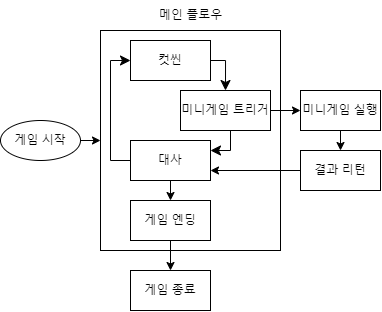
This is assets/img/system.png from 2422june/Farmdemic2.0.github.io, a draw.io export, as it was before one commit. Source tidied: cells renumbered, new cells last; positions are measured from the earlier drawing's top-left corner, leaving out a move shared by most shapes.
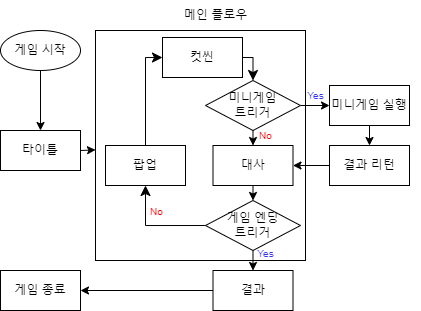
After the change.

Change to the diagram source:
```diff
@@ -3,75 +3,101 @@
     <mxCell id="0" />
     <mxCell id="1" parent="0" />
     <mxCell id="2" style="group;" parent="1" vertex="1">
-      <mxGeometry width="380" height="310" as="geometry" />
+      <mxGeometry width="395" height="310" as="geometry" />
     </mxCell>
     <mxCell id="3" value="게임 시작" style="ellipse;whiteSpace=wrap;html=1;" parent="2" vertex="1">
-      <mxGeometry y="120" width="80" height="40" as="geometry" />
+      <mxGeometry x="-25" y="30" width="80" height="40" as="geometry" />
     </mxCell>
     <mxCell id="4" style="rounded=0;whiteSpace=wrap;html=1;" parent="2" vertex="1">
-      <mxGeometry x="100" y="30" width="180" height="220" as="geometry" />
+      <mxGeometry x="70" y="30" width="210" height="230" as="geometry" />
     </mxCell>
     <mxCell id="5" value="컷씬" style="rounded=0;whiteSpace=wrap;html=1;" parent="2" vertex="1">
-      <mxGeometry x="130" y="40" width="80" height="40" as="geometry" />
+      <mxGeometry x="137" y="37" width="80" height="40" as="geometry" />
     </mxCell>
     <mxCell id="6" value="대사" style="rounded=0;whiteSpace=wrap;html=1;" parent="2" vertex="1">
-      <mxGeometry x="130" y="140" width="80" height="40" as="geometry" />
+      <mxGeometry x="187.5" y="145" width="80" height="40" as="geometry" />
     </mxCell>
-    <mxCell id="7" value="미니게임 트리거" style="rounded=0;whiteSpace=wrap;html=1;" parent="2" vertex="1">
-      <mxGeometry x="180" y="90" width="90" height="40" as="geometry" />
-    </mxCell>
-    <mxCell id="8" style="endArrow=classic;html=1;rounded=0;exitX=1;exitY=0.5;exitDx=0;exitDy=0;" parent="2" edge="1" source="3" target="4">
-      <mxGeometry relative="1" as="geometry" />
-    </mxCell>
     <mxCell id="9" style="endArrow=classic;html=1;rounded=0;exitX=1;exitY=0.5;exitDx=0;exitDy=0;entryX=0;entryY=0.5;entryDx=0;entryDy=0;" parent="2" edge="1" source="7" target="10">
       <mxGeometry relative="1" as="geometry" />
     </mxCell>
     <mxCell id="10" value="미니게임 실행" style="rounded=0;whiteSpace=wrap;html=1;" parent="2" vertex="1">
-      <mxGeometry x="300" y="90" width="80" height="40" as="geometry" />
+      <mxGeometry x="304" y="85" width="80" height="40" as="geometry" />
     </mxCell>
     <mxCell id="11" value="결과 리턴" style="rounded=0;whiteSpace=wrap;html=1;" parent="2" vertex="1">
-      <mxGeometry x="300" y="150" width="80" height="40" as="geometry" />
+      <mxGeometry x="304" y="145" width="80" height="40" as="geometry" />
     </mxCell>
     <mxCell id="12" style="endArrow=classic;html=1;rounded=0;exitX=0.5;exitY=1;exitDx=0;exitDy=0;entryX=0.5;entryY=0;entryDx=0;entryDy=0;" parent="2" edge="1" source="10" target="11">
       <mxGeometry relative="1" as="geometry" />
     </mxCell>
-    <mxCell id="13" style="endArrow=classic;html=1;rounded=0;exitX=0;exitY=0.5;exitDx=0;exitDy=0;entryX=1;entryY=0.75;entryDx=0;entryDy=0;" parent="2" edge="1" source="11" target="6">
+    <mxCell id="13" style="endArrow=classic;html=1;rounded=0;exitX=0;exitY=0.5;exitDx=0;exitDy=0;entryX=1;entryY=0.5;entryDx=0;entryDy=0;" parent="2" edge="1" source="11" target="6">
       <mxGeometry relative="1" as="geometry" />
     </mxCell>
-    <mxCell id="14" style="endArrow=classic;html=1;rounded=0;startArrow=none;entryX=0.5;entryY=0;entryDx=0;entryDy=0;exitX=0.5;exitY=1;exitDx=0;exitDy=0;" parent="2" edge="1" source="6" target="15">
-      <mxGeometry relative="1" as="geometry" />
-    </mxCell>
-    <mxCell id="15" value="게임 엔딩" style="rounded=0;whiteSpace=wrap;html=1;" parent="2" vertex="1">
-      <mxGeometry x="130" y="200" width="80" height="40" as="geometry" />
-    </mxCell>
-    <mxCell id="16" value="게임 종료" style="rounded=0;whiteSpace=wrap;html=1;" parent="2" vertex="1">
-      <mxGeometry x="130" y="270" width="80" height="40" as="geometry" />
+    <mxCell id="16" value="결과" style="rounded=0;whiteSpace=wrap;html=1;" parent="2" vertex="1">
+      <mxGeometry x="187.5" y="270" width="80" height="40" as="geometry" />
     </mxCell>
-    <mxCell id="17" style="endArrow=classic;html=1;rounded=0;exitX=0.5;exitY=1;exitDx=0;exitDy=0;entryX=0.5;entryY=0;entryDx=0;entryDy=0;" parent="2" edge="1" source="15" target="16">
+    <mxCell id="17" style="endArrow=classic;html=1;rounded=0;exitX=0.5;exitY=1;exitDx=0;exitDy=0;entryX=0.5;entryY=0;entryDx=0;entryDy=0;" parent="2" edge="1" source="23" target="16">
       <mxGeometry relative="1" as="geometry" />
     </mxCell>
-    <mxCell id="18" style="edgeStyle=elbowEdgeStyle;elbow=vertical;endArrow=classic;html=1;curved=0;rounded=0;endSize=8;startSize=8;exitX=0;exitY=0.5;exitDx=0;exitDy=0;entryX=0;entryY=0.5;entryDx=0;entryDy=0;" parent="2" edge="1" source="6" target="5">
-      <mxGeometry x="0.12" y="-10" relative="1" as="geometry">
-        <Array as="points">
-          <mxPoint x="110" y="110" />
-        </Array>
-      </mxGeometry>
-    </mxCell>
     <mxCell id="19" value="메인 플로우" style="text;html=1;align=center;verticalAlign=middle;strokeColor=none;fillColor=none;" parent="2" vertex="1">
       <mxGeometry x="145" width="90" height="30" as="geometry" />
     </mxCell>
     <mxCell id="20" style="edgeStyle=segmentEdgeStyle;endArrow=classic;html=1;curved=0;rounded=0;endSize=8;startSize=8;exitX=1;exitY=0.5;exitDx=0;exitDy=0;entryX=0.5;entryY=0;entryDx=0;entryDy=0;" parent="2" edge="1" source="5" target="7">
       <mxGeometry relative="1" as="geometry" />
     </mxCell>
+    <mxCell id="22" style="edgeStyle=orthogonalEdgeStyle;rounded=0;orthogonalLoop=1;jettySize=auto;html=1;exitX=0.5;exitY=1;exitDx=0;exitDy=0;" parent="2" edge="1" source="4" target="4">
+      <mxGeometry relative="1" as="geometry" />
+    </mxCell>
+    <mxCell id="7" value="미니게임&lt;br&gt;트리거" style="rhombus;whiteSpace=wrap;html=1;" parent="2" vertex="1">
+      <mxGeometry x="180" y="80" width="95" height="50" as="geometry" />
+    </mxCell>
+    <mxCell id="23" value="게임 엔딩&lt;br&gt;트리거" style="rhombus;whiteSpace=wrap;html=1;" parent="2" vertex="1">
+      <mxGeometry x="180" y="200" width="95" height="50" as="geometry" />
+    </mxCell>
-    <mxCell id="21" style="edgeStyle=segmentEdgeStyle;endArrow=classic;html=1;curved=0;rounded=0;endSize=8;startSize=8;entryX=1;entryY=0.25;entryDx=0;entryDy=0;exitX=0.5;exitY=1;exitDx=0;exitDy=0;" parent="2" edge="1" source="7" target="6">
-      <mxGeometry relative="1" as="geometry">
-        <Array as="points">
-          <mxPoint x="230" y="150" />
-        </Array>
-      </mxGeometry>
+    <mxCell id="21" style="endArrow=classic;html=1;rounded=0;exitX=0.5;exitY=1;exitDx=0;exitDy=0;entryX=0.5;entryY=0;entryDx=0;entryDy=0;" parent="2" edge="1" source="7" target="6">
+      <mxGeometry relative="1" as="geometry" />
     </mxCell>
-    <mxCell id="22" style="edgeStyle=orthogonalEdgeStyle;rounded=0;orthogonalLoop=1;jettySize=auto;html=1;exitX=0.5;exitY=1;exitDx=0;exitDy=0;" parent="2" edge="1" source="4" target="4">
-      <mxGeometry relative="1" as="geometry" />
-    </mxCell>
+    <mxCell id="24" value="&lt;font style=&quot;font-size: 10px;&quot;&gt;Yes&lt;/font&gt;" style="text;html=1;align=center;verticalAlign=middle;fontColor=#3333FF;" parent="2" vertex="1">
+      <mxGeometry x="270" y="80" width="40" height="30" as="geometry" />
+    </mxCell>
+    <mxCell id="25" value="&lt;font color=&quot;#ff0000&quot;&gt;No&lt;br&gt;&lt;/font&gt;" style="text;html=1;align=center;verticalAlign=middle;strokeColor=none;fillColor=none;fontSize=10;fontColor=#3333FF;" parent="2" vertex="1">
+      <mxGeometry x="220" y="120" width="40" height="30" as="geometry" />
+    </mxCell>
+    <mxCell id="26" value="&lt;font color=&quot;#ff0000&quot;&gt;No&lt;br&gt;&lt;/font&gt;" style="text;html=1;align=center;verticalAlign=middle;strokeColor=none;fillColor=none;fontSize=10;fontColor=#3333FF;" parent="2" vertex="1">
+      <mxGeometry x="111" y="196" width="40" height="30" as="geometry" />
+    </mxCell>
+    <mxCell id="27" value="&lt;font style=&quot;font-size: 10px;&quot;&gt;Yes&lt;/font&gt;" style="text;html=1;align=center;verticalAlign=middle;fontColor=#3333FF;" parent="2" vertex="1">
+      <mxGeometry x="219.5" y="238" width="40" height="30" as="geometry" />
+    </mxCell>
+    <mxCell id="28" style="endArrow=classic;html=1;rounded=0;exitX=0.5;exitY=1;exitDx=0;exitDy=0;entryX=0.5;entryY=0;entryDx=0;entryDy=0;" parent="2" edge="1" source="6" target="23">
+      <mxGeometry relative="1" as="geometry" />
+    </mxCell>
+    <mxCell id="29" value="팝업" style="rounded=0;whiteSpace=wrap;html=1;" parent="2" vertex="1">
+      <mxGeometry x="80" y="145" width="80" height="40" as="geometry" />
+    </mxCell>
+    <mxCell id="30" style="edgeStyle=segmentEdgeStyle;endArrow=classic;html=1;curved=0;rounded=0;endSize=8;startSize=8;entryX=0.5;entryY=1;entryDx=0;entryDy=0;exitX=0;exitY=0.5;exitDx=0;exitDy=0;" parent="2" edge="1" source="23" target="29">
+      <mxGeometry relative="1" as="geometry" />
+    </mxCell>
+    <mxCell id="31" style="edgeStyle=segmentEdgeStyle;endArrow=classic;html=1;curved=0;rounded=0;endSize=8;startSize=8;exitX=0.5;exitY=0;exitDx=0;exitDy=0;entryX=0;entryY=0.5;entryDx=0;entryDy=0;" parent="2" edge="1" source="29" target="5">
+      <mxGeometry relative="1" as="geometry">
+        <Array as="points">
+          <mxPoint x="120" y="57" />
+        </Array>
+      </mxGeometry>
+    </mxCell>
+    <mxCell id="32" value="타이틀" style="rounded=0;whiteSpace=wrap;html=1;" parent="2" vertex="1">
+      <mxGeometry x="-25" y="130" width="80" height="40" as="geometry" />
+    </mxCell>
+    <mxCell id="33" style="endArrow=classic;html=1;rounded=0;exitX=1;exitY=0.5;exitDx=0;exitDy=0;" parent="2" edge="1" source="32" target="4">
+      <mxGeometry relative="1" as="geometry" />
+    </mxCell>
+    <mxCell id="34" style="endArrow=classic;html=1;rounded=0;exitX=0.5;exitY=1;exitDx=0;exitDy=0;" parent="2" edge="1" source="3" target="32">
+      <mxGeometry relative="1" as="geometry" />
+    </mxCell>
+    <mxCell id="35" value="게임 종료" style="rounded=0;whiteSpace=wrap;html=1;" parent="1" vertex="1">
+      <mxGeometry x="-25" y="270" width="80" height="40" as="geometry" />
+    </mxCell>
+    <mxCell id="36" style="endArrow=classic;html=1;rounded=0;exitX=0;exitY=0.5;exitDx=0;exitDy=0;" parent="1" edge="1" source="16" target="35">
+      <mxGeometry relative="1" as="geometry" />
+    </mxCell>
   </root>
 </mxGraphModel>
```
